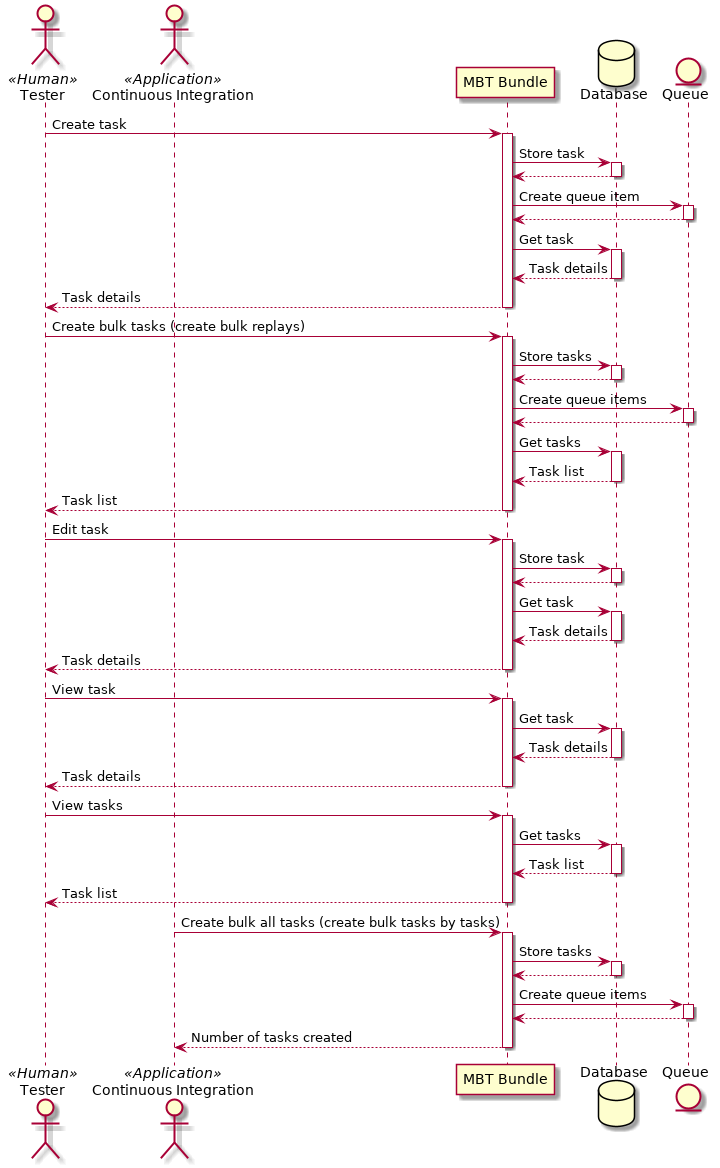
Before: diagrams/tasks/sequence.png, a diagram exported from PlantUML (tienvx/mbt-assets).
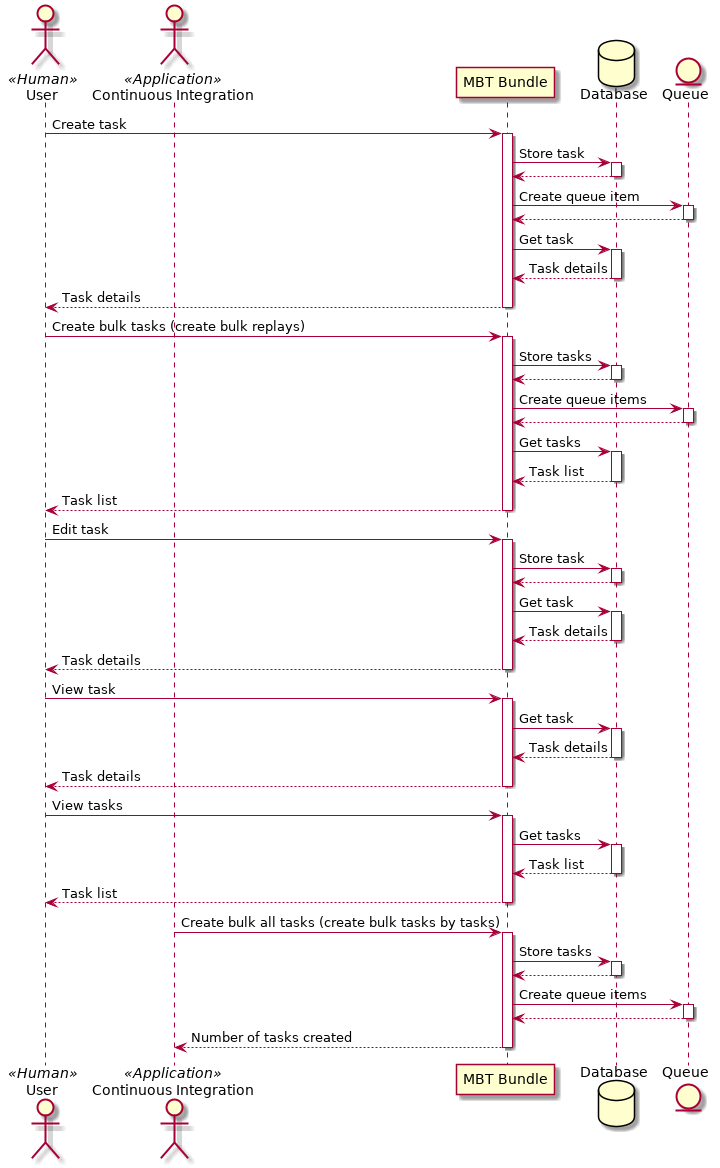
After the commit.

The edit, as a diff of the source:
```diff
@@ -1,12 +1,12 @@
 @startuml
 
-actor Tester as tester << Human >>
+actor User as user << Human >>
 actor "Continuous Integration" as ci << Application >>
 participant "MBT Bundle" as bundle
 database Database as database
 entity Queue as queue
 
-tester -> bundle : Create task
+user -> bundle : Create task
 activate bundle
 bundle -> database : Store task
 activate database
@@ -20,10 +20,10 @@
 activate database
 database --> bundle : Task details
 deactivate database
-bundle --> tester : Task details
+bundle --> user : Task details
 deactivate bundle
 
-tester -> bundle : Create bulk tasks (create bulk replays)
+user -> bundle : Create bulk tasks (create bulk replays)
 activate bundle
 bundle -> database : Store tasks
 activate database
@@ -37,10 +37,10 @@
 activate database
 database --> bundle : Task list
 deactivate database
-bundle --> tester : Task list
+bundle --> user : Task list
 deactivate bundle
 
-tester -> bundle : Edit task
+user -> bundle : Edit task
 activate bundle
 bundle -> database : Store task
 activate database
@@ -50,25 +50,25 @@
 activate database
 database --> bundle : Task details
 deactivate database
-bundle --> tester : Task details
+bundle --> user : Task details
 deactivate bundle
 
-tester -> bundle : View task
+user -> bundle : View task
 activate bundle
 bundle -> database : Get task
 activate database
 database --> bundle : Task details
 deactivate database
-bundle --> tester : Task details
+bundle --> user : Task details
 deactivate bundle
 
-tester -> bundle : View tasks
+user -> bundle : View tasks
 activate bundle
 bundle -> database : Get tasks
 activate database
 database --> bundle : Task list
 deactivate database
-bundle --> tester : Task list
+bundle --> user : Task list
 deactivate bundle
 
 ci -> bundle : Create bulk all tasks (create bulk tasks by tasks)
```
